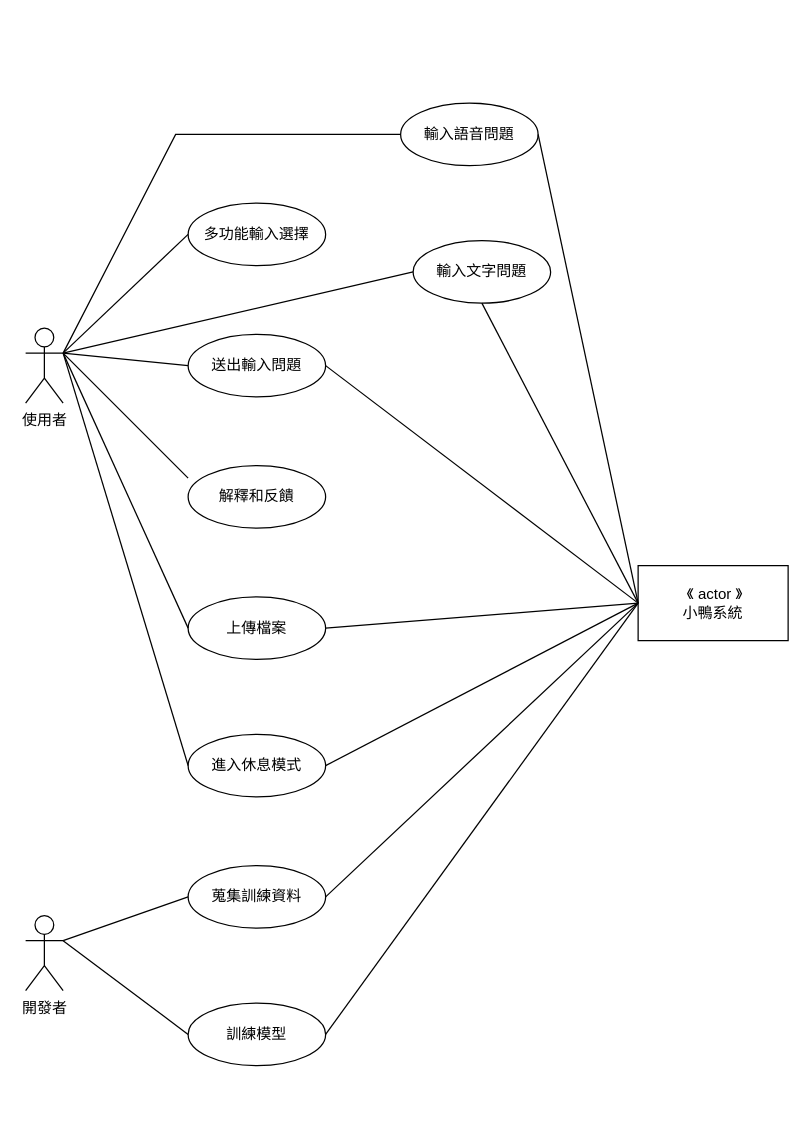
The draw.io diagram page "第 1 页" (1 of 2) of SA_HW2.drawio in liangyinglly/liangyinglly, before the edit. Source tidied: cells renumbered, new cells numbered last; positions are measured from the earlier drawing's top-left corner, leaving out a move shared by most shapes. Both pictures are drawn from the tidied source at 125%, with x=0, y=0 at pixel (25, 102).
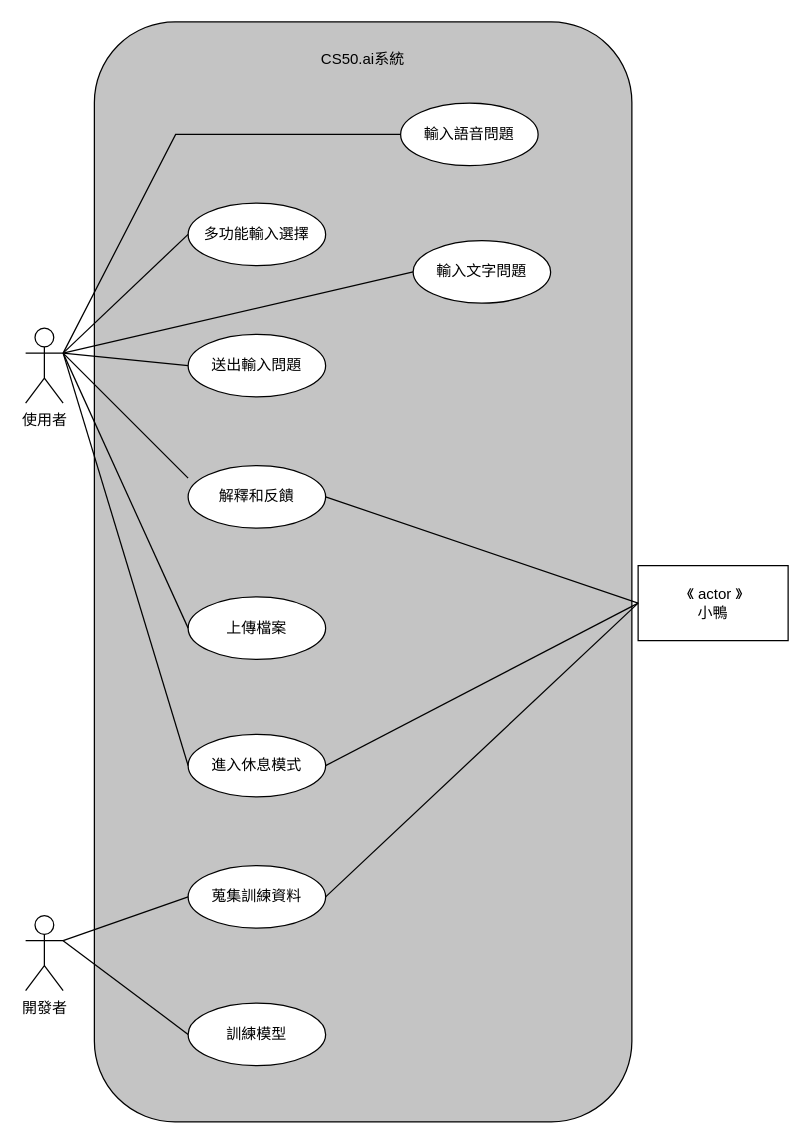
Above is the later version.

The change refers to these unchanged cells:
```xml
<mxCell id="3" value="輸入文字問題" style="ellipse;whiteSpace=wrap;html=1;" parent="1" vertex="1">
  <mxGeometry x="310" y="110" width="110" height="50" as="geometry" />
</mxCell>
<mxCell id="4" value="解釋和反饋" style="ellipse;whiteSpace=wrap;html=1;" parent="1" vertex="1">
  <mxGeometry x="130" y="290" width="110" height="50" as="geometry" />
</mxCell>
<mxCell id="5" value="上傳檔案" style="ellipse;whiteSpace=wrap;html=1;" parent="1" vertex="1">
  <mxGeometry x="130" y="395" width="110" height="50" as="geometry" />
</mxCell>
<mxCell id="6" value="輸入語音問題" style="ellipse;whiteSpace=wrap;html=1;" parent="1" vertex="1">
  <mxGeometry x="300" width="110" height="50" as="geometry" />
</mxCell>
<mxCell id="8" value="送出輸入問題" style="ellipse;whiteSpace=wrap;html=1;" parent="1" vertex="1">
  <mxGeometry x="130" y="185" width="110" height="50" as="geometry" />
</mxCell>
<mxCell id="11" value="訓練模型" style="ellipse;whiteSpace=wrap;html=1;" parent="1" vertex="1">
  <mxGeometry x="130" y="720" width="110" height="50" as="geometry" />
</mxCell>
```

What changed in the source:
```diff
@@
+    <mxCell id="30" style="rounded=1;whiteSpace=wrap;html=1;rotation=-90;fillColor=#C4C4C4;" parent="1" vertex="1">
+      <mxGeometry x="-170" y="160" width="880" height="430" as="geometry" />
+    </mxCell>
@@
-    <mxCell id="22" value="&amp;nbsp;《 actor 》&lt;br&gt;小鴨系統" style="rounded=0;whiteSpace=wrap;html=1;" parent="1" vertex="1">
+    <mxCell id="22" value="&amp;nbsp;《 actor 》&lt;br&gt;小鴨" style="rounded=0;whiteSpace=wrap;html=1;" parent="1" vertex="1">
       <mxGeometry x="490" y="370" width="120" height="60" as="geometry" />
     </mxCell>
-    <mxCell id="23" style="endArrow=none;html=1;rounded=0;entryX=1;entryY=0.5;entryDx=0;entryDy=0;exitX=0;exitY=0.5;exitDx=0;exitDy=0;" parent="1" edge="1" source="22" target="8">
+    <mxCell id="23" style="endArrow=none;html=1;rounded=0;entryX=1;entryY=0.5;entryDx=0;entryDy=0;exitX=0;exitY=0.5;exitDx=0;exitDy=0;" parent="1" edge="1" source="22" target="4">
       <mxGeometry relative="1" as="geometry" />
     </mxCell>
-    <mxCell id="24" style="endArrow=none;html=1;rounded=0;entryX=0.5;entryY=1;entryDx=0;entryDy=0;exitX=0;exitY=0.5;exitDx=0;exitDy=0;" parent="1" edge="1" source="22" target="3">
-      <mxGeometry relative="1" as="geometry" />
-    </mxCell>
-    <mxCell id="25" style="endArrow=none;html=1;rounded=0;entryX=1;entryY=0.5;entryDx=0;entryDy=0;exitX=0;exitY=0.5;exitDx=0;exitDy=0;" parent="1" edge="1" source="22" target="6">
-      <mxGeometry relative="1" as="geometry" />
-    </mxCell>
-    <mxCell id="26" style="endArrow=none;html=1;rounded=0;exitX=1;exitY=0.5;exitDx=0;exitDy=0;entryX=0;entryY=0.5;entryDx=0;entryDy=0;" parent="1" edge="1" source="5" target="22">
-      <mxGeometry relative="1" as="geometry" />
-    </mxCell>
@@
-    <mxCell id="29" style="endArrow=none;html=1;rounded=0;exitX=1;exitY=0.5;exitDx=0;exitDy=0;entryX=0;entryY=0.5;entryDx=0;entryDy=0;" parent="1" edge="1" source="11" target="22">
-      <mxGeometry relative="1" as="geometry" />
-    </mxCell>
+    <mxCell id="31" value="CS50.ai系統" style="text;html=1;strokeColor=none;fillColor=none;align=center;verticalAlign=middle;whiteSpace=wrap;rounded=0;" parent="1" vertex="1">
+      <mxGeometry x="200" y="-50" width="140" height="30" as="geometry" />
+    </mxCell>
```
